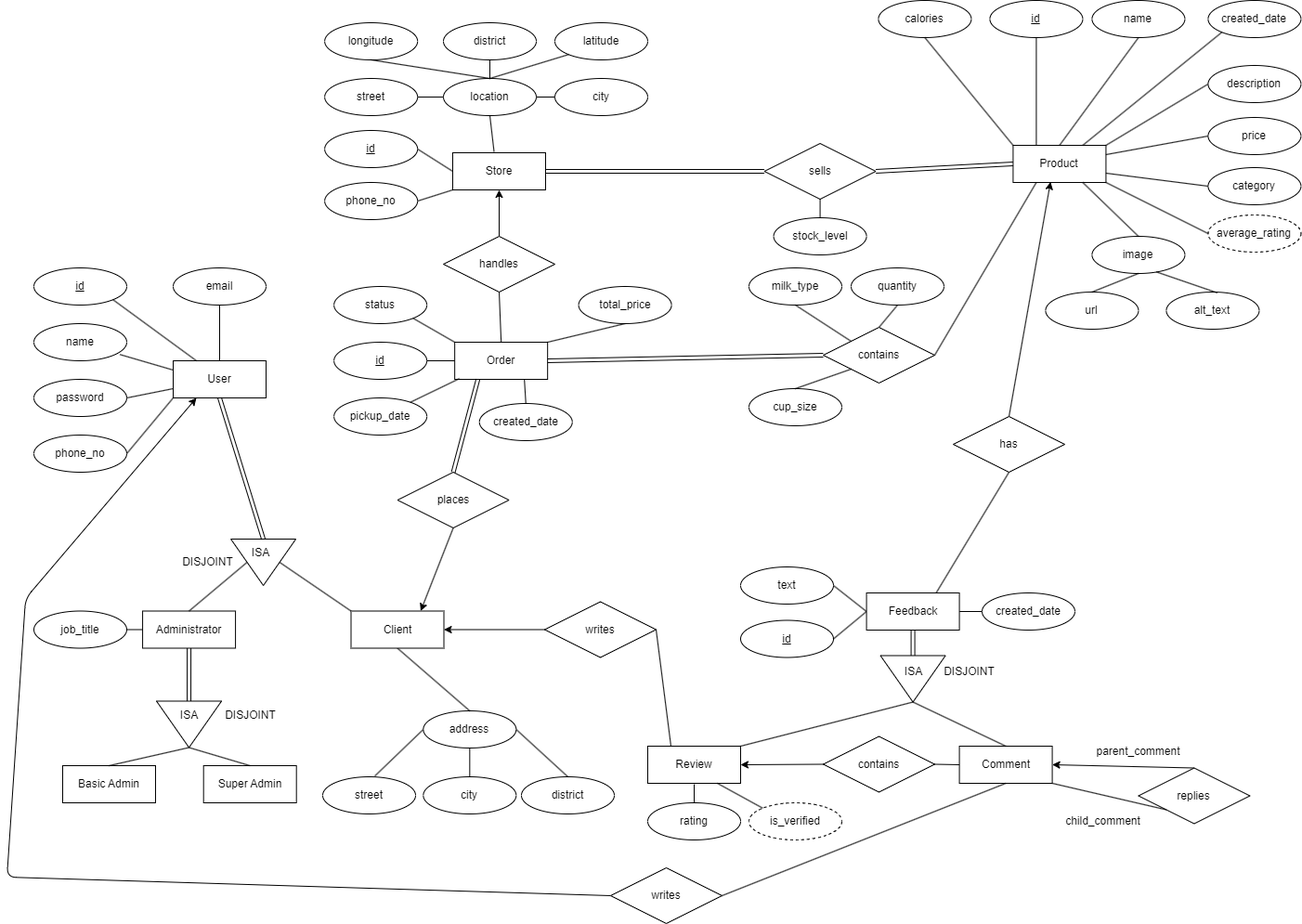
Before: resources/diagrams/erd.png, a diagram exported from draw.io (steamysips/steamy-sips). Source tidied: cells renumbered, new cells last; positions are measured from the earlier drawing's top-left corner, leaving out a move shared by most shapes.
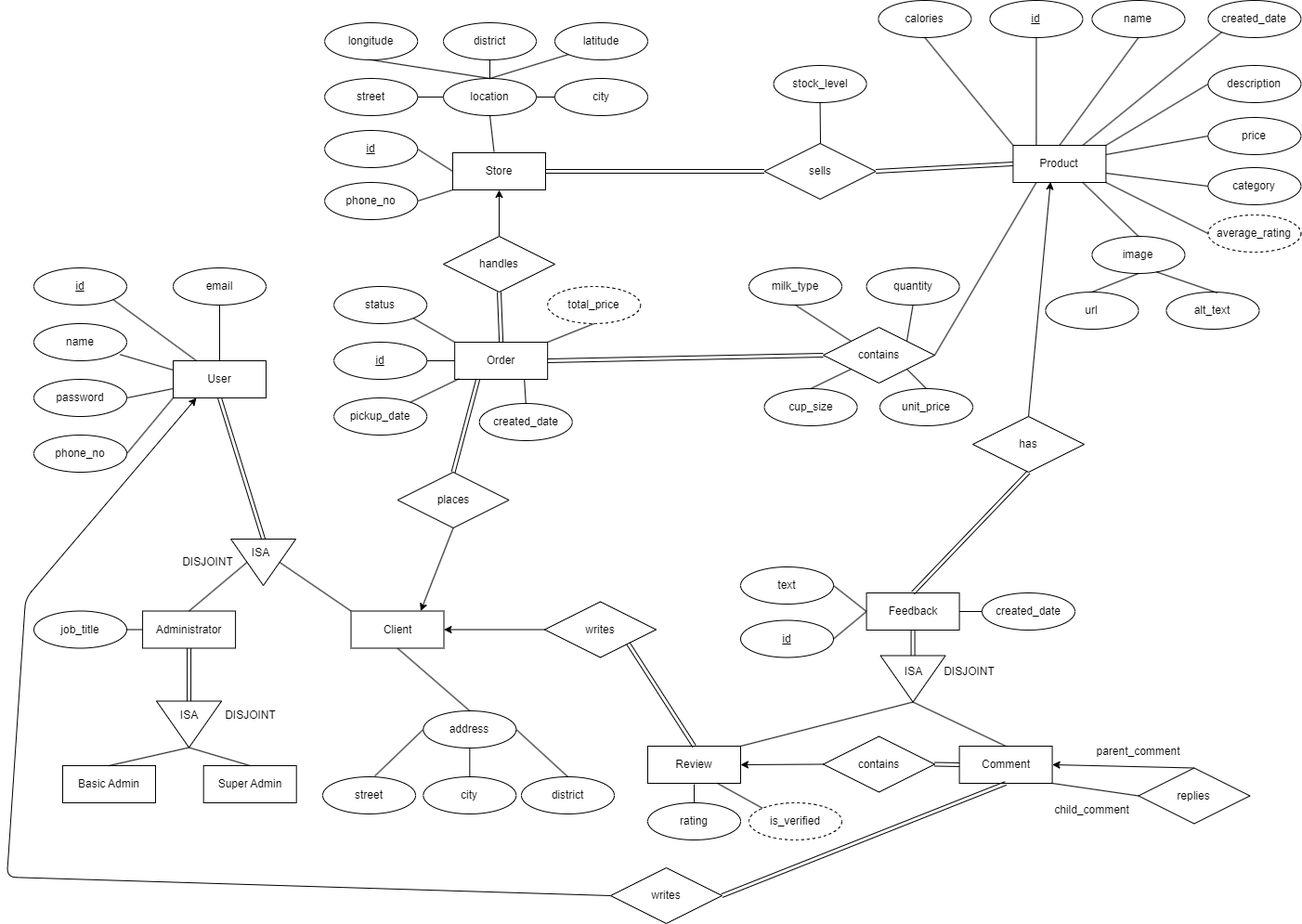
After the change.

Commit message:
update outdated diagrams

Change to the diagram source:
```diff
@@ -85,7 +85,7 @@
     <mxCell id="28" value="places" style="shape=rhombus;perimeter=rhombusPerimeter;whiteSpace=wrap;html=1;align=center;" parent="1" vertex="1">
       <mxGeometry x="420.6" y="508" width="120" height="60" as="geometry" />
     </mxCell>
-    <mxCell id="29" style="endArrow=none;html=1;rounded=0;exitX=0.5;exitY=1;exitDx=0;exitDy=0;entryX=0.5;entryY=0;entryDx=0;entryDy=0;startArrow=none;" parent="1" edge="1" source="62" target="46">
+    <mxCell id="29" style="endArrow=none;html=1;rounded=0;exitX=0.5;exitY=1;exitDx=0;exitDy=0;entryX=1;entryY=0;entryDx=0;entryDy=0;startArrow=none;" parent="1" edge="1" source="62" target="46">
       <mxGeometry relative="1" as="geometry" />
     </mxCell>
     <mxCell id="30" value="created_date" style="ellipse;whiteSpace=wrap;html=1;align=center;" parent="1" vertex="1">
@@ -151,9 +151,6 @@
     <mxCell id="50" value="&lt;u&gt;id&lt;/u&gt;" style="ellipse;whiteSpace=wrap;html=1;align=center;" parent="1" vertex="1">
       <mxGeometry x="352.2" y="368" width="100" height="40" as="geometry" />
     </mxCell>
-    <mxCell id="51" style="endArrow=none;html=1;rounded=0;exitX=1;exitY=0;exitDx=0;exitDy=0;entryX=0.5;entryY=1;entryDx=0;entryDy=0;" parent="1" edge="1" source="45" target="72">
-      <mxGeometry relative="1" as="geometry" />
-    </mxCell>
     <mxCell id="52" style="endArrow=none;html=1;rounded=0;exitX=0.75;exitY=1;exitDx=0;exitDy=0;entryX=0.5;entryY=0;entryDx=0;entryDy=0;" parent="1" edge="1" source="45" target="30">
       <mxGeometry relative="1" as="geometry" />
     </mxCell>
@@ -175,17 +172,14 @@
     <mxCell id="58" value="replies" style="shape=rhombus;perimeter=rhombusPerimeter;whiteSpace=wrap;html=1;align=center;" parent="1" vertex="1">
       <mxGeometry x="1218.4" y="826.5" width="120" height="60" as="geometry" />
     </mxCell>
-    <mxCell id="59" style="endArrow=none;html=1;rounded=0;exitX=0;exitY=1;exitDx=0;exitDy=0;entryX=1;entryY=1;entryDx=0;entryDy=0;" parent="1" edge="1" source="58" target="119">
-      <mxGeometry relative="1" as="geometry" />
-    </mxCell>
     <mxCell id="60" value="parent_comment" style="text;html=1;align=center;verticalAlign=middle;strokeColor=none;fillColor=none;" parent="1" vertex="1">
       <mxGeometry x="1163.4" y="794" width="110" height="30" as="geometry" />
     </mxCell>
     <mxCell id="61" value="child_comment" style="text;html=1;align=center;verticalAlign=middle;strokeColor=none;fillColor=none;" parent="1" vertex="1">
-      <mxGeometry x="1130" y="869" width="100" height="30" as="geometry" />
+      <mxGeometry x="1118.4" y="856.5" width="100" height="30" as="geometry" />
     </mxCell>
     <mxCell id="62" value="quantity" style="ellipse;whiteSpace=wrap;html=1;align=center;" parent="1" vertex="1">
-      <mxGeometry x="909" y="288" width="100" height="40" as="geometry" />
+      <mxGeometry x="925.6" y="288" width="100" height="40" as="geometry" />
     </mxCell>
     <mxCell id="63" style="endArrow=none;html=1;rounded=0;exitX=0.25;exitY=1;exitDx=0;exitDy=0;entryX=1;entryY=0.5;entryDx=0;entryDy=0;" parent="1" edge="1" source="2" target="46">
       <mxGeometry relative="1" as="geometry" />
@@ -203,7 +197,7 @@
       <mxGeometry relative="1" as="geometry" />
     </mxCell>
     <mxCell id="68" value="cup_size" style="ellipse;whiteSpace=wrap;html=1;align=center;" parent="1" vertex="1">
-      <mxGeometry x="799" y="418" width="100" height="40" as="geometry" />
+      <mxGeometry x="815.6" y="418" width="100" height="40" as="geometry" />
     </mxCell>
     <mxCell id="69" style="endArrow=none;html=1;rounded=0;exitX=0.5;exitY=0;exitDx=0;exitDy=0;entryX=0;entryY=1;entryDx=0;entryDy=0;startArrow=none;" parent="1" edge="1" source="68" target="46">
       <mxGeometry relative="1" as="geometry" />
@@ -214,9 +208,6 @@
     <mxCell id="71" style="endArrow=none;html=1;rounded=0;exitX=0.445;exitY=-0.029;exitDx=0;exitDy=0;entryX=0.5;entryY=1;entryDx=0;entryDy=0;exitPerimeter=0;" parent="1" edge="1" source="103" target="70">
       <mxGeometry relative="1" as="geometry" />
     </mxCell>
-    <mxCell id="72" value="total_price" style="ellipse;whiteSpace=wrap;html=1;align=center;" parent="1" vertex="1">
-      <mxGeometry x="615.6" y="308" width="100" height="40" as="geometry" />
-    </mxCell>
     <mxCell id="73" value="milk_type" style="ellipse;whiteSpace=wrap;html=1;align=center;" parent="1" vertex="1">
       <mxGeometry x="799" y="288" width="100" height="40" as="geometry" />
     </mxCell>
@@ -316,9 +307,6 @@
     <mxCell id="105" value="handles" style="shape=rhombus;perimeter=rhombusPerimeter;whiteSpace=wrap;html=1;align=center;" parent="1" vertex="1">
       <mxGeometry x="470" y="254" width="120" height="60" as="geometry" />
     </mxCell>
-    <mxCell id="106" style="endArrow=none;html=1;entryX=0.5;entryY=1;entryDx=0;entryDy=0;exitX=0.5;exitY=0;exitDx=0;exitDy=0;" parent="1" edge="1" source="45" target="105">
-      <mxGeometry relative="1" as="geometry" />
-    </mxCell>
     <mxCell id="107" value="latitude" style="ellipse;whiteSpace=wrap;html=1;align=center;" parent="1" vertex="1">
       <mxGeometry x="590" y="24" width="100" height="40" as="geometry" />
     </mxCell>
@@ -344,7 +332,7 @@
       <mxGeometry x="815.6" y="154" width="120" height="60" as="geometry" />
     </mxCell>
     <mxCell id="115" value="stock_level" style="ellipse;whiteSpace=wrap;html=1;align=center;" parent="1" vertex="1">
-      <mxGeometry x="825.6" y="234" width="100" height="40" as="geometry" />
+      <mxGeometry x="825.6" y="70" width="100" height="40" as="geometry" />
     </mxCell>
     <mxCell id="116" style="shape=link;html=1;rounded=0;exitX=1;exitY=0.5;exitDx=0;exitDy=0;entryX=0;entryY=0.5;entryDx=0;entryDy=0;" parent="1" edge="1" source="103" target="114">
       <mxGeometry relative="1" as="geometry" />
@@ -352,8 +340,10 @@
     <mxCell id="117" style="shape=link;html=1;rounded=0;exitX=0;exitY=0.5;exitDx=0;exitDy=0;entryX=1;entryY=0.5;entryDx=0;entryDy=0;" parent="1" edge="1" source="2" target="114">
       <mxGeometry relative="1" as="geometry" />
     </mxCell>
-    <mxCell id="118" style="endArrow=none;html=1;rounded=0;exitX=0.5;exitY=1;exitDx=0;exitDy=0;entryX=0.5;entryY=0;entryDx=0;entryDy=0;" parent="1" edge="1" source="114" target="115">
-      <mxGeometry relative="1" as="geometry" />
+    <mxCell id="118" style="endArrow=none;html=1;rounded=0;entryX=0.5;entryY=1;entryDx=0;entryDy=0;" parent="1" edge="1" target="115">
+      <mxGeometry relative="1" as="geometry">
+        <mxPoint x="876" y="154" as="sourcePoint" />
+      </mxGeometry>
     </mxCell>
     <mxCell id="119" value="Comment" style="whiteSpace=wrap;html=1;align=center;" parent="1" vertex="1">
       <mxGeometry x="1025.6" y="803" width="100" height="40" as="geometry" />
@@ -376,18 +366,12 @@
     <mxCell id="125" value="contains" style="shape=rhombus;perimeter=rhombusPerimeter;whiteSpace=wrap;html=1;align=center;" parent="1" vertex="1">
       <mxGeometry x="879" y="792.5" width="120" height="60" as="geometry" />
     </mxCell>
-    <mxCell id="126" style="endArrow=none;html=1;exitX=0;exitY=0.5;exitDx=0;exitDy=0;entryX=1;entryY=0.5;entryDx=0;entryDy=0;" parent="1" edge="1" source="119" target="125">
-      <mxGeometry relative="1" as="geometry" />
-    </mxCell>
     <mxCell id="127" style="edgeStyle=none;html=1;exitX=0;exitY=0.5;exitDx=0;exitDy=0;entryX=1;entryY=0.5;entryDx=0;entryDy=0;" parent="1" edge="1" source="128" target="39">
       <mxGeometry relative="1" as="geometry" />
     </mxCell>
     <mxCell id="128" value="writes" style="shape=rhombus;perimeter=rhombusPerimeter;whiteSpace=wrap;html=1;align=center;" parent="1" vertex="1">
       <mxGeometry x="579" y="647.5" width="120" height="60" as="geometry" />
     </mxCell>
-    <mxCell id="129" style="endArrow=none;html=1;exitX=1;exitY=0.5;exitDx=0;exitDy=0;entryX=0.25;entryY=0;entryDx=0;entryDy=0;" parent="1" edge="1" source="128" target="130">
-      <mxGeometry relative="1" as="geometry" />
-    </mxCell>
     <mxCell id="130" value="Review" style="whiteSpace=wrap;html=1;align=center;" parent="1" vertex="1">
       <mxGeometry x="690" y="803" width="100" height="40" as="geometry" />
     </mxCell>
@@ -422,18 +406,12 @@
     <mxCell id="138" value="writes" style="shape=rhombus;perimeter=rhombusPerimeter;whiteSpace=wrap;html=1;align=center;" parent="1" vertex="1">
       <mxGeometry x="650" y="934" width="120" height="60" as="geometry" />
     </mxCell>
-    <mxCell id="139" style="endArrow=none;html=1;exitX=1;exitY=0.5;exitDx=0;exitDy=0;entryX=0.5;entryY=1;entryDx=0;entryDy=0;" parent="1" edge="1" source="138" target="119">
-      <mxGeometry relative="1" as="geometry" />
-    </mxCell>
     <mxCell id="140" style="edgeStyle=none;html=1;exitX=0.5;exitY=0;exitDx=0;exitDy=0;entryX=0.403;entryY=0.984;entryDx=0;entryDy=0;entryPerimeter=0;" parent="1" edge="1" source="141" target="2">
       <mxGeometry relative="1" as="geometry" />
     </mxCell>
     <mxCell id="141" value="has" style="shape=rhombus;perimeter=rhombusPerimeter;whiteSpace=wrap;html=1;align=center;" parent="1" vertex="1">
-      <mxGeometry x="1019" y="448" width="120" height="60" as="geometry" />
+      <mxGeometry x="1040" y="448" width="120" height="60" as="geometry" />
     </mxCell>
-    <mxCell id="142" style="endArrow=none;html=1;exitX=0.75;exitY=0;exitDx=0;exitDy=0;entryX=0.5;entryY=1;entryDx=0;entryDy=0;" parent="1" edge="1" source="123" target="141">
-      <mxGeometry relative="1" as="geometry" />
-    </mxCell>
     <mxCell id="143" value="DISJOINT" style="text;html=1;align=center;verticalAlign=middle;strokeColor=none;fillColor=none;" parent="1" vertex="1">
       <mxGeometry x="995.6" y="708" width="80" height="30" as="geometry" />
     </mxCell>
@@ -443,5 +421,35 @@
     <mxCell id="145" style="endArrow=none;html=1;exitX=0.75;exitY=1;exitDx=0;exitDy=0;entryX=0;entryY=0;entryDx=0;entryDy=0;" parent="1" edge="1" source="130" target="144">
       <mxGeometry relative="1" as="geometry" />
     </mxCell>
+    <mxCell id="146" style="shape=link;html=1;rounded=0;exitX=0.5;exitY=1;exitDx=0;exitDy=0;entryX=0.5;entryY=0;entryDx=0;entryDy=0;" parent="1" edge="1" source="141" target="123">
+      <mxGeometry relative="1" as="geometry" />
+    </mxCell>
+    <mxCell id="147" style="shape=link;html=1;rounded=0;exitX=0.5;exitY=1;exitDx=0;exitDy=0;entryX=1;entryY=0.5;entryDx=0;entryDy=0;" parent="1" edge="1" source="119" target="138">
+      <mxGeometry relative="1" as="geometry" />
+    </mxCell>
+    <mxCell id="148" style="shape=link;html=1;rounded=0;exitX=0.5;exitY=0;exitDx=0;exitDy=0;entryX=1;entryY=1;entryDx=0;entryDy=0;" parent="1" edge="1" source="130" target="128">
+      <mxGeometry relative="1" as="geometry" />
+    </mxCell>
+    <mxCell id="106" style="shape=link;html=1;rounded=0;exitX=0.5;exitY=0;exitDx=0;exitDy=0;entryX=0.5;entryY=1;entryDx=0;entryDy=0;" parent="1" edge="1" source="45" target="105">
+      <mxGeometry relative="1" as="geometry" />
+    </mxCell>
+    <mxCell id="149" value="unit_price" style="ellipse;whiteSpace=wrap;html=1;align=center;" parent="1" vertex="1">
+      <mxGeometry x="940" y="418" width="100" height="40" as="geometry" />
+    </mxCell>
+    <mxCell id="150" style="endArrow=none;html=1;exitX=0.5;exitY=0;exitDx=0;exitDy=0;entryX=1;entryY=1;entryDx=0;entryDy=0;" parent="1" edge="1" source="149" target="46">
+      <mxGeometry relative="1" as="geometry" />
+    </mxCell>
+    <mxCell id="72" value="total_price" style="ellipse;whiteSpace=wrap;html=1;align=center;dashed=1;" parent="1" vertex="1">
+      <mxGeometry x="582.2" y="308" width="100" height="40" as="geometry" />
+    </mxCell>
+    <mxCell id="51" style="endArrow=none;html=1;exitX=1;exitY=0;exitDx=0;exitDy=0;entryX=0.5;entryY=1;entryDx=0;entryDy=0;" parent="1" edge="1" source="45" target="72">
+      <mxGeometry relative="1" as="geometry" />
+    </mxCell>
+    <mxCell id="59" style="endArrow=none;html=1;exitX=0;exitY=0.5;exitDx=0;exitDy=0;entryX=1;entryY=1;entryDx=0;entryDy=0;" parent="1" edge="1" source="58" target="119">
+      <mxGeometry relative="1" as="geometry" />
+    </mxCell>
+    <mxCell id="126" style="shape=link;html=1;rounded=0;exitX=0;exitY=0.5;exitDx=0;exitDy=0;entryX=1;entryY=0.5;entryDx=0;entryDy=0;" parent="1" edge="1" source="119" target="125">
+      <mxGeometry relative="1" as="geometry" />
+    </mxCell>
   </root>
 </mxGraphModel>
```
